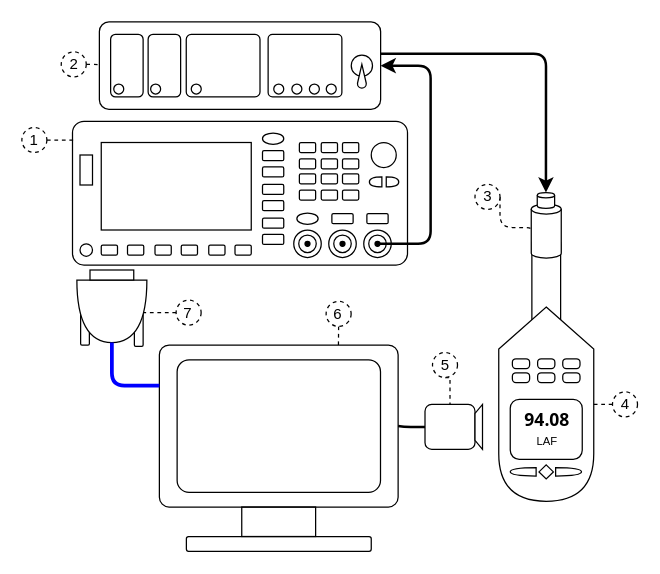
Earlier version of the draw.io diagram Documento Final/2_Metodología/Figs/IEC 61672-3 Schematic connections.drawio (jfBranch/unal-acoustic-metrology). Source tidied: cells renumbered, new cells numbered last; positions are measured from the earlier drawing's top-left corner, leaving out a move shared by most shapes. Both pictures are drawn from the tidied source at 125%, with x=0, y=0 at pixel (21, 21).
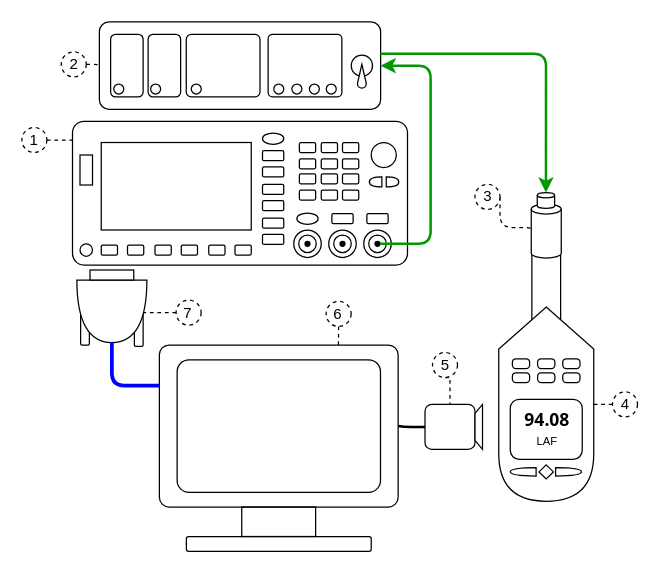
Above is the later version.

Unchanged cells that the change refers to:
```xml
<mxCell id="3" style="rounded=1;whiteSpace=wrap;html=1;fillColor=#FFFFFF;arcSize=11;" parent="2" vertex="1">
  <mxGeometry width="225" height="70" as="geometry" />
</mxCell>
<mxCell id="55" style="ellipse;whiteSpace=wrap;html=1;fillColor=#000000;" parent="52" vertex="1">
  <mxGeometry x="9" y="9" width="4" height="4" as="geometry" />
</mxCell>
<mxCell id="100" style="strokeWidth=1;html=1;shape=mxgraph.flowchart.database;whiteSpace=wrap;fillColor=#ffffff;" parent="98" vertex="1">
  <mxGeometry x="4.8" width="13.9" height="12.7" as="geometry" />
</mxCell>
```

What changed in the source:
```diff
@@
-    <mxCell id="97" style="edgeStyle=orthogonalEdgeStyle;rounded=1;jettySize=auto;html=1;exitX=1;exitY=0.5;exitDx=0;exitDy=0;entryX=1;entryY=0.5;entryDx=0;entryDy=0;endArrow=classic;endFill=1;strokeWidth=2;fontColor=#000000;strokeColor=#000000;" parent="1" edge="1" source="55" target="3">
+    <mxCell id="97" style="edgeStyle=orthogonalEdgeStyle;rounded=1;jettySize=auto;html=1;exitX=1;exitY=0.5;exitDx=0;exitDy=0;entryX=1;entryY=0.5;entryDx=0;entryDy=0;endArrow=classic;endFill=1;strokeWidth=2;fontColor=#000000;strokeColor=#009900;" parent="1" edge="1" source="55" target="3">
       <mxGeometry relative="1" as="geometry">
         <Array as="points">
           <mxPoint x="327" y="177" />
           <mxPoint x="327" y="35" />
         </Array>
       </mxGeometry>
     </mxCell>
@@
-    <mxCell id="101" style="edgeStyle=orthogonalEdgeStyle;rounded=1;jettySize=auto;html=1;exitX=0.5;exitY=0;exitDx=0;exitDy=0;exitPerimeter=0;entryX=0.999;entryY=0.363;entryDx=0;entryDy=0;entryPerimeter=0;endArrow=none;endFill=0;strokeWidth=2;startArrow=classic;startFill=1;fontColor=#000000;strokeColor=#000000;" parent="1" edge="1" source="100" target="3">
+    <mxCell id="101" style="edgeStyle=orthogonalEdgeStyle;rounded=1;jettySize=auto;html=1;exitX=0.5;exitY=0;exitDx=0;exitDy=0;exitPerimeter=0;entryX=0.999;entryY=0.363;entryDx=0;entryDy=0;entryPerimeter=0;endArrow=none;endFill=0;strokeWidth=2;startArrow=classic;startFill=1;fontColor=#000000;strokeColor=#009900;" parent="1" edge="1" source="100" target="3">
       <mxGeometry relative="1" as="geometry">
         <Array as="points">
           <mxPoint x="419" y="25" />
         </Array>
       </mxGeometry>
     </mxCell>
```
